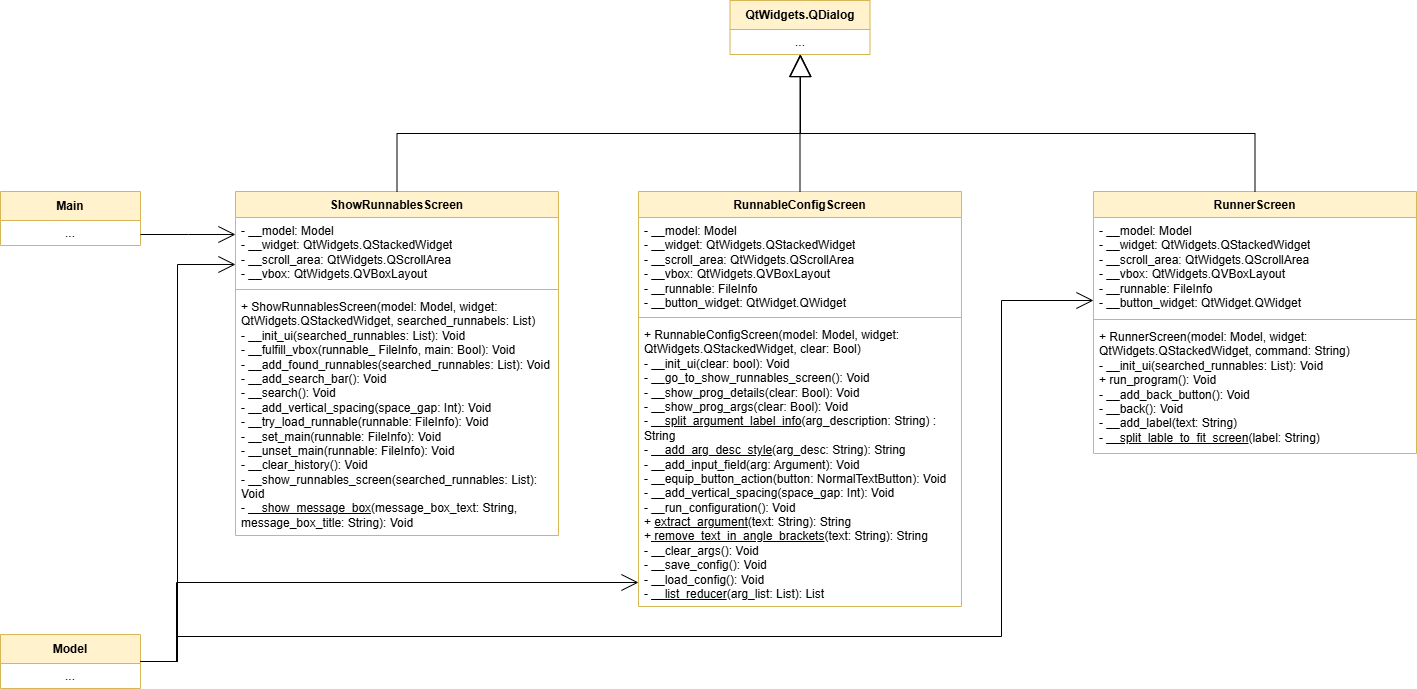
The draw.io diagram documentation/img/class_diagram_view.drawio.png in CsullogBeni/szofttech, before a commit. Source tidied: cells renumbered, new cells last; positions are measured from the earlier drawing's top-left corner, leaving out a move shared by most shapes.
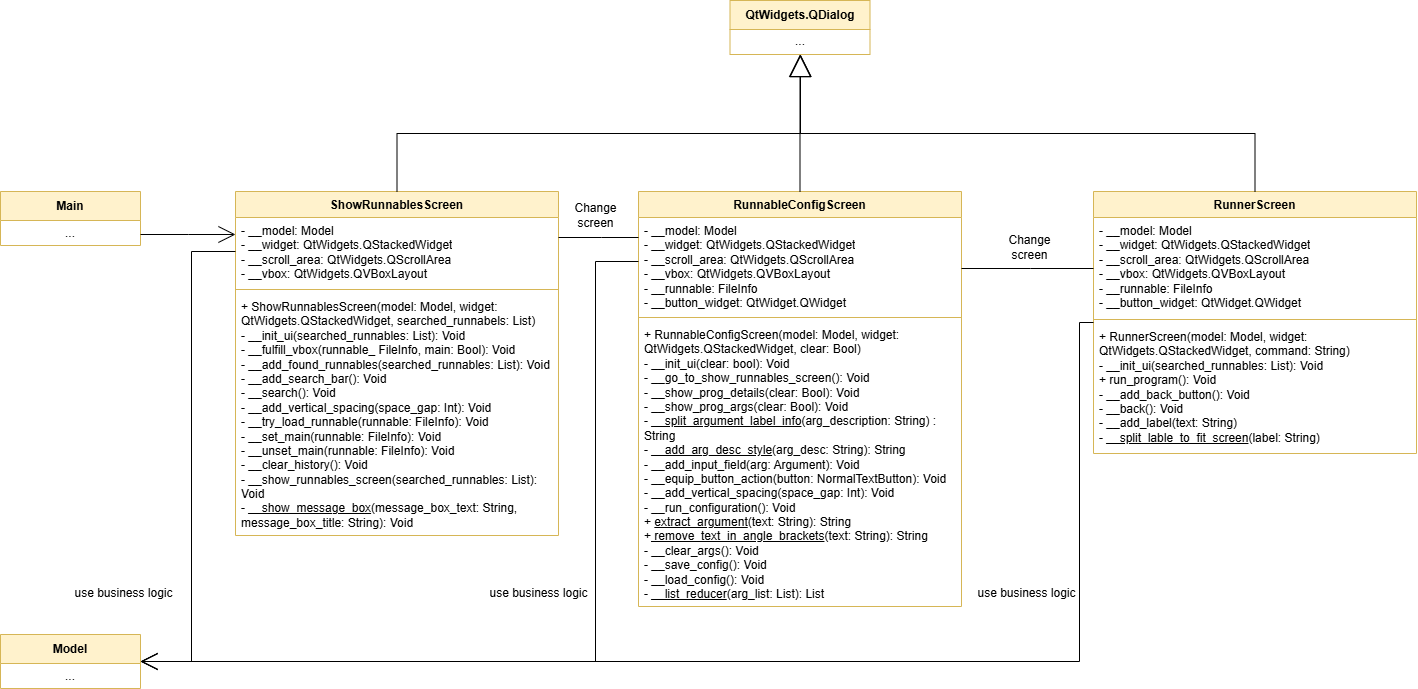
The same diagram one commit later.

Commit message:
uml clas diagrams extended

Diff of the diagram source:
```diff
@@ -83,31 +83,60 @@
         </Array>
       </mxGeometry>
     </mxCell>
-    <mxCell id="24" style="edgeStyle=orthogonalEdgeStyle;rounded=0;jettySize=auto;html=1;endArrow=open;endFill=0;endSize=15;" parent="1" edge="1" source="6" target="12">
-      <mxGeometry relative="1" as="geometry">
-        <Array as="points">
-          <mxPoint x="176" y="661" />
-          <mxPoint x="176" y="582" />
-        </Array>
-      </mxGeometry>
-    </mxCell>
-    <mxCell id="25" style="edgeStyle=orthogonalEdgeStyle;rounded=0;jettySize=auto;html=1;endArrow=open;endFill=0;endSize=15;" parent="1" edge="1" source="6" target="16">
-      <mxGeometry relative="1" as="geometry">
-        <Array as="points">
-          <mxPoint x="177" y="661" />
-          <mxPoint x="177" y="636" />
-          <mxPoint x="1001" y="636" />
-          <mxPoint x="1001" y="300" />
-        </Array>
-      </mxGeometry>
-    </mxCell>
-    <mxCell id="26" style="edgeStyle=orthogonalEdgeStyle;rounded=0;jettySize=auto;html=1;endArrow=open;endFill=0;endSize=15;" parent="1" edge="1" source="6" target="2">
-      <mxGeometry relative="1" as="geometry">
-        <Array as="points">
-          <mxPoint x="177" y="661" />
-          <mxPoint x="177" y="264" />
-        </Array>
-      </mxGeometry>
-    </mxCell>
+    <mxCell id="27" style="edgeStyle=orthogonalEdgeStyle;rounded=0;jettySize=auto;html=1;endArrow=open;endFill=0;endSize=15;" parent="1" edge="1" source="3" target="6">
+      <mxGeometry relative="1" as="geometry">
+        <Array as="points">
+          <mxPoint x="191" y="251" />
+          <mxPoint x="191" y="661" />
+        </Array>
+      </mxGeometry>
+    </mxCell>
+    <mxCell id="28" style="edgeStyle=orthogonalEdgeStyle;rounded=0;jettySize=auto;html=1;endArrow=open;endFill=0;endSize=15;" parent="1" edge="1" source="12" target="6">
+      <mxGeometry relative="1" as="geometry">
+        <Array as="points">
+          <mxPoint x="595" y="261" />
+          <mxPoint x="595" y="661" />
+        </Array>
+      </mxGeometry>
+    </mxCell>
+    <mxCell id="29" style="edgeStyle=orthogonalEdgeStyle;rounded=0;jettySize=auto;html=1;endArrow=open;endFill=0;endSize=15;" parent="1" edge="1" source="16" target="6">
+      <mxGeometry relative="1" as="geometry">
+        <Array as="points">
+          <mxPoint x="1079" y="322" />
+          <mxPoint x="1079" y="661" />
+        </Array>
+      </mxGeometry>
+    </mxCell>
+    <mxCell id="30" value="use business logic" style="text;html=1;align=center;verticalAlign=middle;strokeColor=none;fillColor=none;" parent="1" vertex="1">
+      <mxGeometry x="65" y="580" width="116" height="26" as="geometry" />
+    </mxCell>
+    <mxCell id="31" value="use business logic" style="text;html=1;align=center;verticalAlign=middle;strokeColor=none;fillColor=none;" parent="1" vertex="1">
+      <mxGeometry x="968" y="580" width="116" height="26" as="geometry" />
+    </mxCell>
+    <mxCell id="32" value="use business logic" style="text;html=1;align=center;verticalAlign=middle;strokeColor=none;fillColor=none;" parent="1" vertex="1">
+      <mxGeometry x="480" y="580" width="116" height="26" as="geometry" />
+    </mxCell>
+    <mxCell id="33" style="edgeStyle=orthogonalEdgeStyle;rounded=0;jettySize=auto;html=1;endArrow=none;endFill=0;" parent="1" edge="1" source="3" target="12">
+      <mxGeometry relative="1" as="geometry">
+        <Array as="points">
+          <mxPoint x="601" y="237" />
+          <mxPoint x="601" y="237" />
+        </Array>
+      </mxGeometry>
+    </mxCell>
+    <mxCell id="34" value="Change&lt;br&gt;screen" style="text;html=1;align=center;verticalAlign=middle;strokeColor=none;fillColor=none;" parent="1" vertex="1">
+      <mxGeometry x="565" y="194" width="60" height="41" as="geometry" />
+    </mxCell>
+    <mxCell id="35" style="edgeStyle=orthogonalEdgeStyle;rounded=0;jettySize=auto;html=1;endArrow=none;endFill=0;" parent="1" edge="1" source="12" target="16">
+      <mxGeometry relative="1" as="geometry">
+        <Array as="points">
+          <mxPoint x="1030" y="268" />
+          <mxPoint x="1030" y="268" />
+        </Array>
+      </mxGeometry>
+    </mxCell>
+    <mxCell id="36" value="Change&lt;br&gt;screen" style="text;html=1;align=center;verticalAlign=middle;strokeColor=none;fillColor=none;" parent="1" vertex="1">
+      <mxGeometry x="999" y="226" width="60" height="41" as="geometry" />
+    </mxCell>
   </root>
 </mxGraphModel>
```
